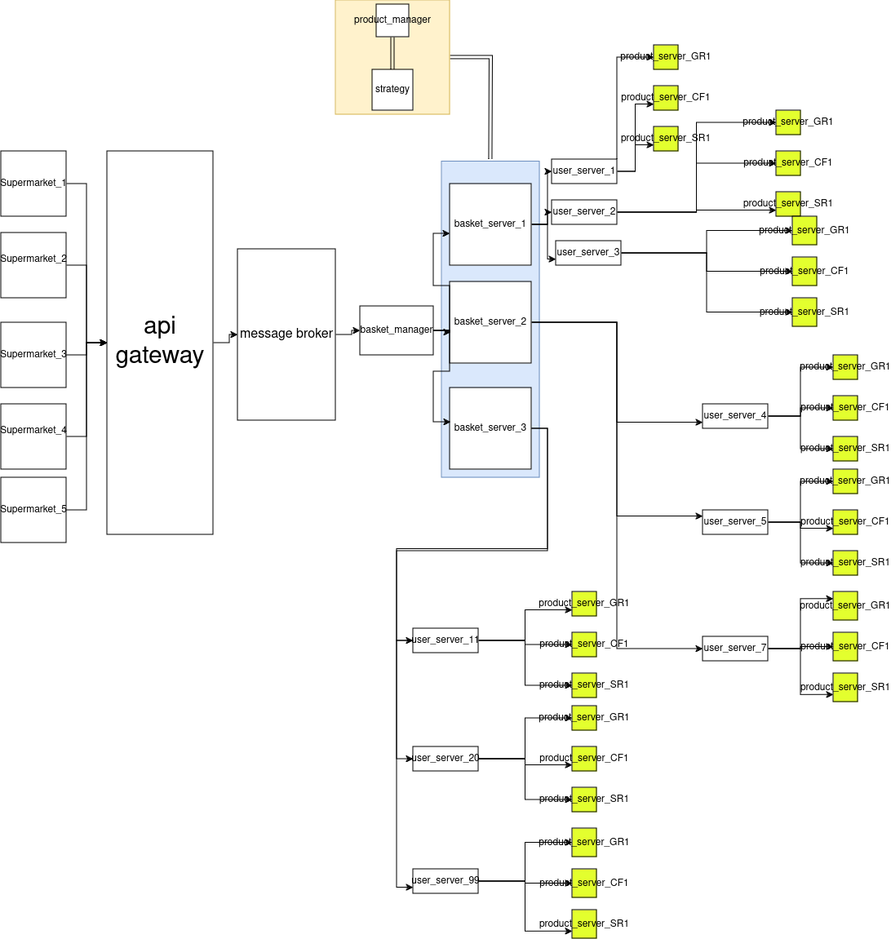
This is architecture.png from artemius-warp-dev/supermarket_model, a draw.io export, as it was before one commit. Source tidied: cells renumbered, new cells last; positions are measured from the earlier drawing's top-left corner, leaving out a move shared by most shapes.
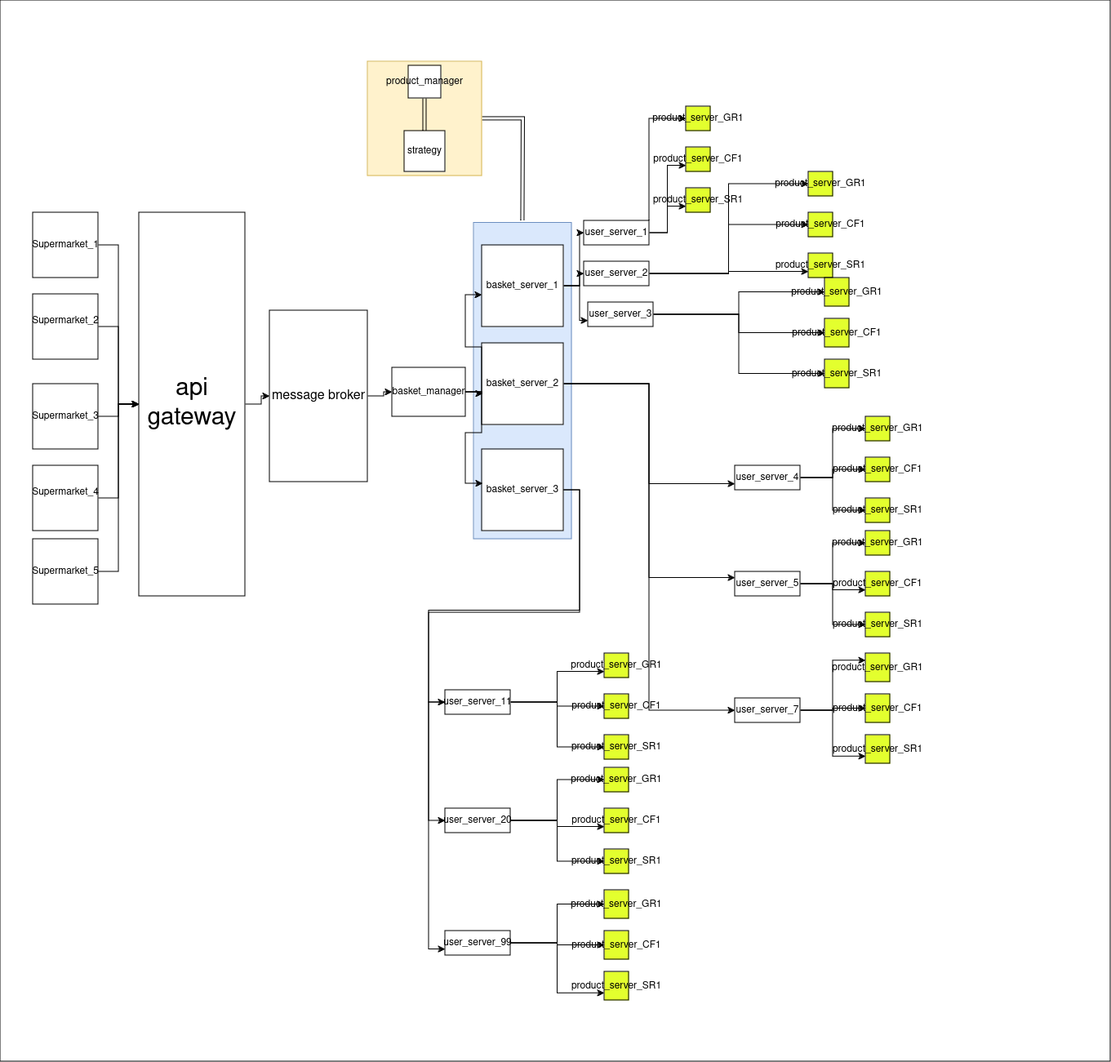
After the change.

Diff of the diagram source:
```diff
@@ -2,6 +2,9 @@
   <root>
     <mxCell id="0" />
     <mxCell id="1" parent="0" />
+    <mxCell id="101" style="rounded=0;whiteSpace=wrap;html=1;" parent="1" vertex="1">
+      <mxGeometry x="-40" y="-75" width="1360" height="1300" as="geometry" />
+    </mxCell>
     <mxCell id="2" style="rounded=0;whiteSpace=wrap;html=1;fillColor=#dae8fc;strokeColor=#6c8ebf;" parent="1" vertex="1">
       <mxGeometry x="540" y="197.5" width="120" height="387.5" as="geometry" />
     </mxCell>
```
